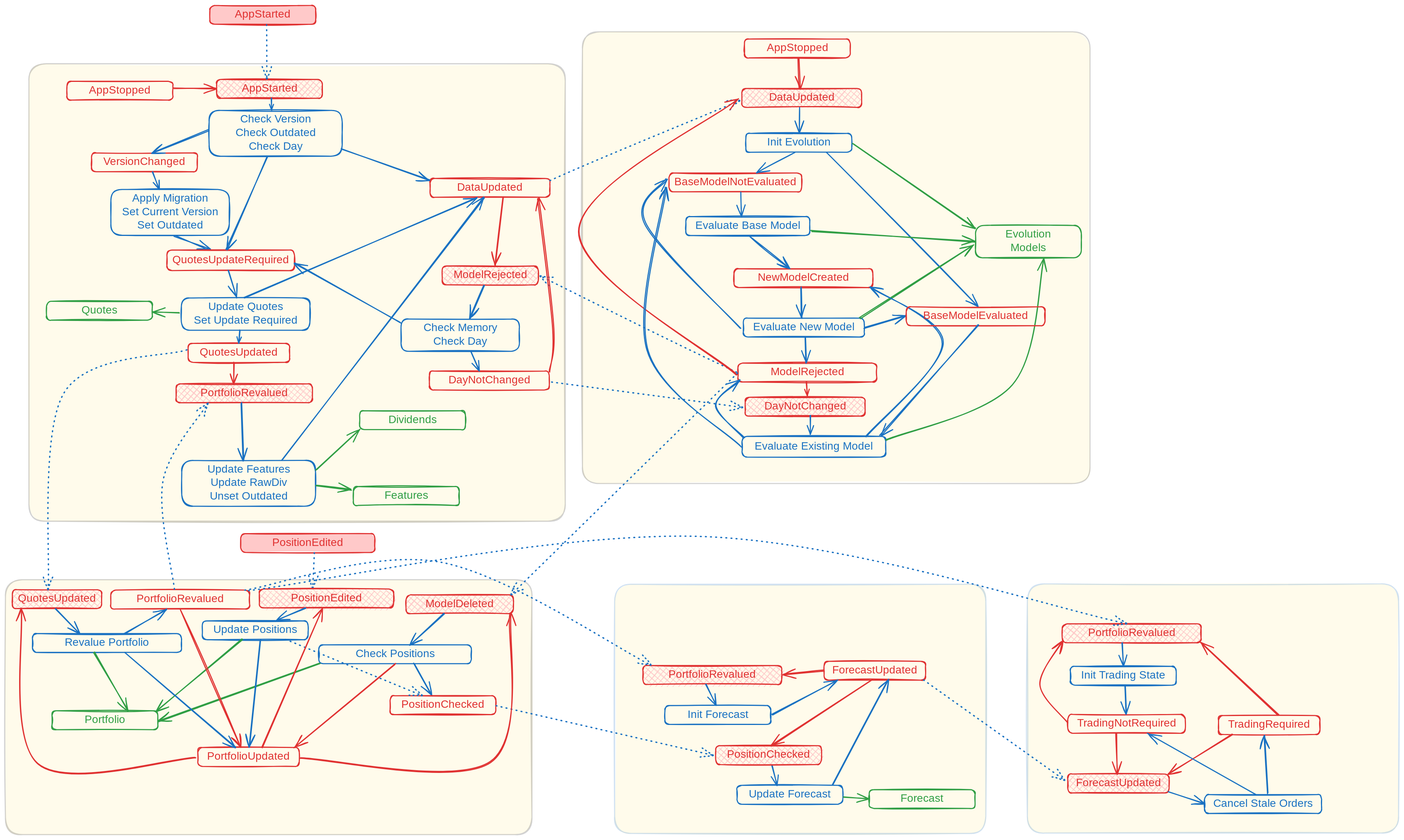
This is docs/fsm.excalidraw.svg from WLM1ke/poptimizer, a Excalidraw export, as it was before one commit. Source tidied: one line per element, renumbered; positions are measured from the earlier drawing's top-left corner, leaving out a move shared by most shapes.
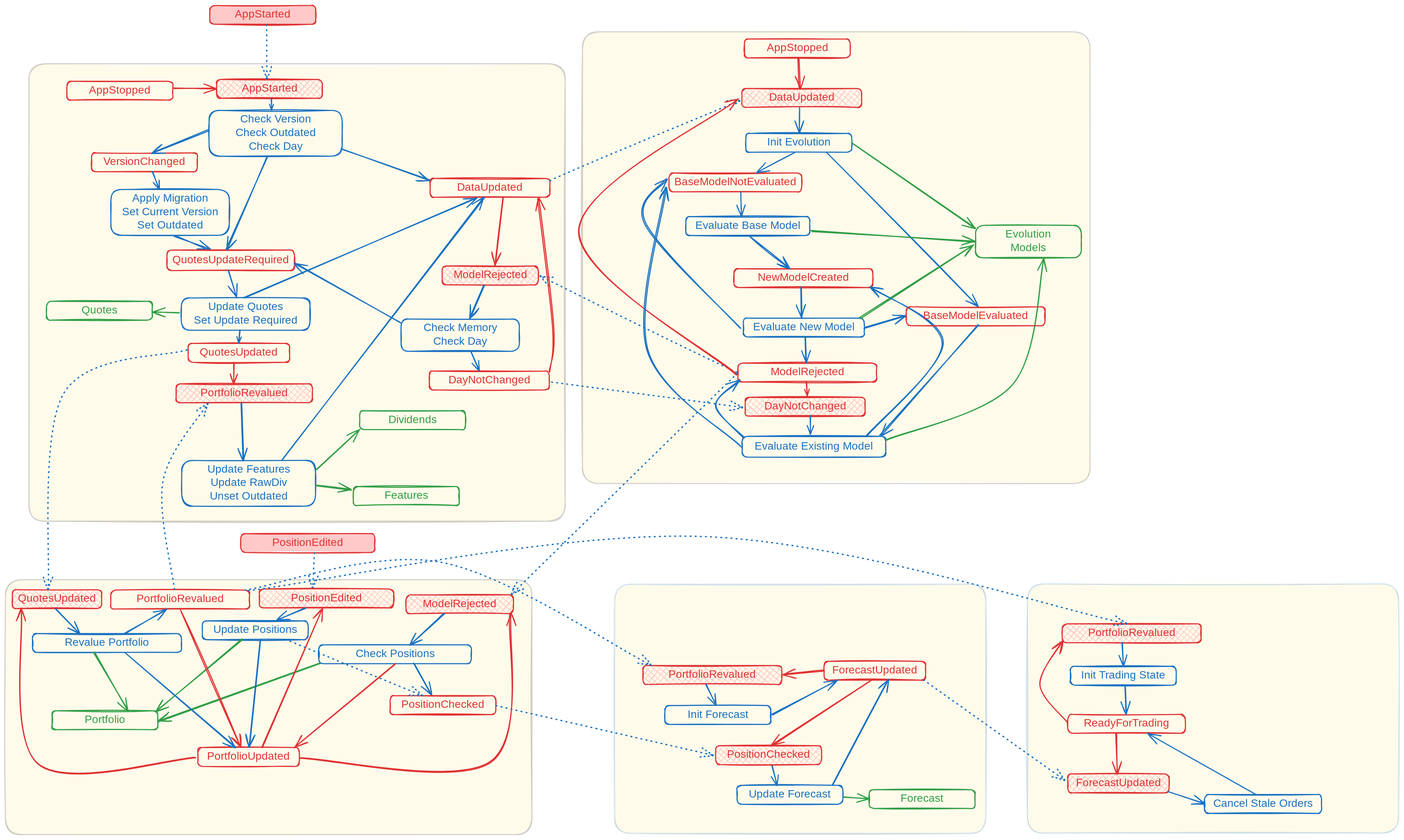
Later version of the same file.

The edit, as a diff of the source:
```diff
@@ -69,7 +69,7 @@
 {"id": 68, "type": "arrow", "strokeColor": "#1971c2", "backgroundColor": "#ffc9c9", "fillStyle": "cross-hatch", "strokeWidth": 2, "roughness": 1, "endArrowhead": "arrow", "round": true, "from": 66, "to": 25, "x": 557, "y": 1118, "width": 52, "height": 23, "points": [[0, 0], [-52, 23]]}
 {"id": 69, "type": "arrow", "strokeColor": "#1971c2", "backgroundColor": "#ffc9c9", "fillStyle": "cross-hatch", "strokeWidth": 2, "strokeStyle": "dotted", "roughness": 1, "endArrowhead": "arrow", "round": true, "from": 48, "to": 51, "x": 338, "y": 640, "width": 257, "height": 444, "points": [[0, 0], [-230, 80], [-257, 444]]}
 {"id": 70, "type": "rectangle", "strokeColor": "#e03131", "backgroundColor": "#ffc9c9", "fillStyle": "cross-hatch", "strokeWidth": 2, "roughness": 1, "round": true, "x": 743, "y": 1094, "width": 199, "height": 35}
-{"id": 71, "type": "text", "text": "ModelDeleted", "strokeColor": "#e03131", "strokeWidth": 2, "roughness": 1, "fontSize": 20, "fontFamily": 5, "textAlign": "center", "verticalAlign": "middle", "inside": 70, "x": 778, "y": 1099, "width": 130, "height": 25}
+{"id": 71, "type": "text", "text": "ModelRejected", "strokeColor": "#e03131", "strokeWidth": 2, "roughness": 1, "fontSize": 20, "fontFamily": 5, "textAlign": "center", "verticalAlign": "middle", "inside": 70, "x": 772, "y": 1099, "width": 141, "height": 25}
 {"id": 72, "type": "arrow", "strokeColor": "#1971c2", "backgroundColor": "#ffc9c9", "fillStyle": "cross-hatch", "strokeWidth": 2, "roughness": 1, "endArrowhead": "arrow", "round": true, "from": 70, "to": 33, "x": 814, "y": 1129, "width": 62, "height": 57, "points": [[0, 0], [-62, 57]]}
 {"id": 73, "type": "arrow", "strokeColor": "#1971c2", "backgroundColor": "#ffc9c9", "fillStyle": "cross-hatch", "strokeWidth": 2, "roughness": 1, "endArrowhead": "arrow", "round": true, "from": 14, "to": 40, "x": 273, "y": 309, "width": 12, "height": 32, "points": [[0, 0], [12, 32]]}
 {"id": 74, "type": "rectangle", "strokeColor": "#2f9e44", "strokeWidth": 2, "roughness": 1, "round": true, "x": 1800, "y": 408, "width": 196, "height": 60}
@@ -158,7 +158,7 @@
 {"id": 157, "type": "arrow", "strokeColor": "#e03131", "backgroundColor": "#ffc9c9", "fillStyle": "solid", "strokeWidth": 2, "roughness": 1, "endArrowhead": "arrow", "round": true, "from": 118, "to": 105, "x": 1357, "y": 685, "width": 296, "height": 511, "points": [[0, 0], [-293, -266], [3, -511]]}
 {"id": 158, "type": "arrow", "strokeColor": "#1971c2", "strokeWidth": 2, "roughness": 1, "endArrowhead": "arrow", "round": true, "from": 122, "to": 110, "x": 1365, "y": 819, "width": 174, "height": 480, "points": [[0, 0], [-174, -178], [-140, -480]]}
 {"id": 159, "type": "arrow", "strokeColor": "#1971c2", "strokeWidth": 2, "roughness": 1, "endArrowhead": "arrow", "round": true, "from": 122, "to": 118, "x": 1370, "y": 803, "width": 51, "height": 107, "points": [[0, 0], [-51, -61], [-8, -107]]}
-{"id": 160, "type": "arrow", "strokeColor": "#1971c2", "strokeWidth": 2, "strokeStyle": "dotted", "roughness": 1, "endArrowhead": "arrow", "round": true, "from": 118, "to": 70, "x": 1357, "y": 684, "width": 419, "height": 412, "points": [[0, 0], [-419, 412]]}
+{"id": 160, "type": "arrow", "strokeColor": "#1971c2", "strokeWidth": 2, "strokeStyle": "dotted", "roughness": 1, "endArrowhead": "arrow", "round": true, "from": 118, "to": 70, "x": 1357, "y": 684, "width": 418, "height": 411, "points": [[0, 0], [-418, 411]]}
 {"id": 161, "type": "arrow", "strokeColor": "#e03131", "strokeWidth": 2, "roughness": 1, "endArrowhead": "arrow", "round": true, "from": 33, "to": 80, "x": 724, "y": 1222, "width": 188, "height": 155, "points": [[0, 0], [-188, 155]]}
 {"id": 162, "type": "rectangle", "strokeColor": "#e03131", "backgroundColor": "#ffc9c9", "fillStyle": "cross-hatch", "strokeWidth": 2, "roughness": 1, "round": true, "x": 1183, "y": 1225, "width": 258, "height": 35}
 {"id": 163, "type": "text", "text": "PortfolioRevalued", "strokeColor": "#e03131", "strokeWidth": 2, "roughness": 1, "fontSize": 20, "fontFamily": 5, "textAlign": "center", "verticalAlign": "middle", "inside": 162, "x": 1225, "y": 1230, "width": 174, "height": 25}
@@ -180,18 +180,13 @@
 {"id": 179, "type": "arrow", "strokeColor": "#1971c2", "strokeWidth": 2, "roughness": 1, "endArrowhead": "arrow", "round": true, "from": 174, "to": 177, "x": 2072, "y": 1183, "width": 3, "height": 43, "points": [[0, 0], [3, 43]]}
 {"id": 180, "type": "rectangle", "strokeColor": "#e03131", "backgroundColor": "#ffc9c9", "fillStyle": "cross-hatch", "strokeWidth": 2, "roughness": 1, "round": true, "x": 1971, "y": 1426, "width": 188, "height": 35}
 {"id": 181, "type": "text", "text": "ForecastUpdated", "strokeColor": "#e03131", "strokeWidth": 2, "roughness": 1, "fontSize": 20, "fontFamily": 5, "textAlign": "center", "verticalAlign": "middle", "inside": 180, "x": 1980, "y": 1431, "width": 170, "height": 25}
-{"id": 182, "type": "rectangle", "strokeColor": "#e03131", "strokeWidth": 2, "roughness": 1, "round": true, "x": 2251, "y": 1318, "width": 188, "height": 35}
-{"id": 183, "type": "text", "text": "TradingRequired", "strokeColor": "#e03131", "strokeWidth": 2, "roughness": 1, "fontSize": 20, "fontFamily": 5, "textAlign": "center", "verticalAlign": "middle", "inside": 182, "x": 2267, "y": 1323, "width": 156, "height": 25}
 {"id": 184, "type": "rectangle", "strokeColor": "#e03131", "strokeWidth": 2, "roughness": 1, "round": true, "x": 1971, "y": 1316, "width": 218, "height": 35}
-{"id": 185, "type": "text", "text": "TradingNotRequired", "strokeColor": "#e03131", "strokeWidth": 2, "roughness": 1, "fontSize": 20, "fontFamily": 5, "textAlign": "center", "verticalAlign": "middle", "inside": 184, "x": 1984, "y": 1321, "width": 192, "height": 25}
+{"id": 185, "type": "text", "text": "ReadyForTrading", "strokeColor": "#e03131", "strokeWidth": 2, "roughness": 1, "fontSize": 20, "fontFamily": 5, "textAlign": "center", "verticalAlign": "middle", "inside": 184, "x": 1997, "y": 1321, "width": 166, "height": 25}
 {"id": 186, "type": "arrow", "strokeColor": "#1971c2", "backgroundColor": "#ffc9c9", "fillStyle": "solid", "strokeWidth": 2, "roughness": 1, "endArrowhead": "arrow", "round": true, "from": 177, "to": 184, "x": 2077, "y": 1262, "width": 3, "height": 54, "points": [[0, 0], [3, 54]]}
 {"id": 187, "type": "arrow", "strokeColor": "#1971c2", "backgroundColor": "#ffc9c9", "fillStyle": "solid", "strokeWidth": 2, "strokeStyle": "dotted", "roughness": 1, "endArrowhead": "arrow", "round": true, "from": 90, "to": 180, "x": 1703, "y": 1252, "width": 264, "height": 187, "points": [[0, 0], [264, 187]]}
-{"id": 188, "type": "arrow", "strokeColor": "#e03131", "backgroundColor": "#ffc9c9", "fillStyle": "solid", "strokeWidth": 2, "roughness": 1, "endArrowhead": "arrow", "round": true, "from": 184, "to": 180, "x": 2061, "y": 1351, "width": 2, "height": 75, "points": [[0, 0], [2, 75]]}
+{"id": 188, "type": "arrow", "strokeColor": "#e03131", "backgroundColor": "#ffc9c9", "fillStyle": "solid", "strokeWidth": 2, "roughness": 1, "endArrowhead": "arrow", "round": true, "from": 184, "to": 180, "x": 2061, "y": 1351, "width": 2, "height": 74, "points": [[0, 0], [2, 74]]}
-{"id": 189, "type": "arrow", "strokeColor": "#e03131", "backgroundColor": "#ffc9c9", "fillStyle": "solid", "strokeWidth": 2, "roughness": 1, "endArrowhead": "arrow", "round": true, "from": 182, "to": 180, "x": 2276, "y": 1353, "width": 120, "height": 73, "points": [[0, 0], [-120, 73]]}
-{"id": 190, "type": "arrow", "strokeColor": "#1971c2", "backgroundColor": "#ffc9c9", "fillStyle": "solid", "strokeWidth": 2, "roughness": 1, "endArrowhead": "arrow", "round": true, "from": 193, "to": 184, "x": 2320, "y": 1464, "width": 200, "height": 113, "points": [[0, 0], [-200, -113]]}
+{"id": 190, "type": "arrow", "strokeColor": "#1971c2", "backgroundColor": "#ffc9c9", "fillStyle": "solid", "strokeWidth": 2, "roughness": 1, "endArrowhead": "arrow", "round": true, "from": 193, "to": 184, "x": 2320, "y": 1464, "width": 201, "height": 113, "points": [[0, 0], [-201, -113]]}
 {"id": 191, "type": "arrow", "strokeColor": "#e03131", "backgroundColor": "#ffc9c9", "fillStyle": "solid", "strokeWidth": 2, "roughness": 1, "endArrowhead": "arrow", "round": true, "from": 184, "to": 174, "x": 1970, "y": 1330, "width": 52, "height": 150, "points": [[0, 0], [-52, -70], [-10, -150]]}
-{"id": 192, "type": "arrow", "strokeColor": "#e03131", "backgroundColor": "#ffc9c9", "fillStyle": "solid", "strokeWidth": 2, "roughness": 1, "endArrowhead": "arrow", "round": true, "from": 182, "to": 174, "x": 2362, "y": 1317, "width": 145, "height": 136, "points": [[0, 0], [-145, -136]]}
 {"id": 193, "type": "rectangle", "strokeColor": "#1971c2", "strokeWidth": 2, "roughness": 1, "round": true, "x": 2225, "y": 1464, "width": 217, "height": 35}
 {"id": 194, "type": "text", "text": "Cancel Stale Orders", "strokeColor": "#1971c2", "strokeWidth": 2, "roughness": 1, "fontSize": 20, "fontFamily": 5, "textAlign": "center", "verticalAlign": "middle", "inside": 193, "x": 2238, "y": 1469, "width": 192, "height": 25}
 {"id": 195, "type": "arrow", "strokeColor": "#1971c2", "backgroundColor": "#ffc9c9", "fillStyle": "solid", "strokeWidth": 2, "roughness": 1, "endArrowhead": "arrow", "round": true, "from": 180, "to": 193, "x": 2159, "y": 1459, "width": 65, "height": 22, "points": [[0, 0], [65, 22]]}
-{"id": 196, "type": "arrow", "strokeColor": "#1971c2", "backgroundColor": "#ffc9c9", "fillStyle": "solid", "strokeWidth": 2, "roughness": 1, "endArrowhead": "arrow", "round": true, "from": 193, "to": 182, "x": 2341, "y": 1462, "width": 4, "height": 107, "points": [[0, 0], [-4, -107]]}
```
